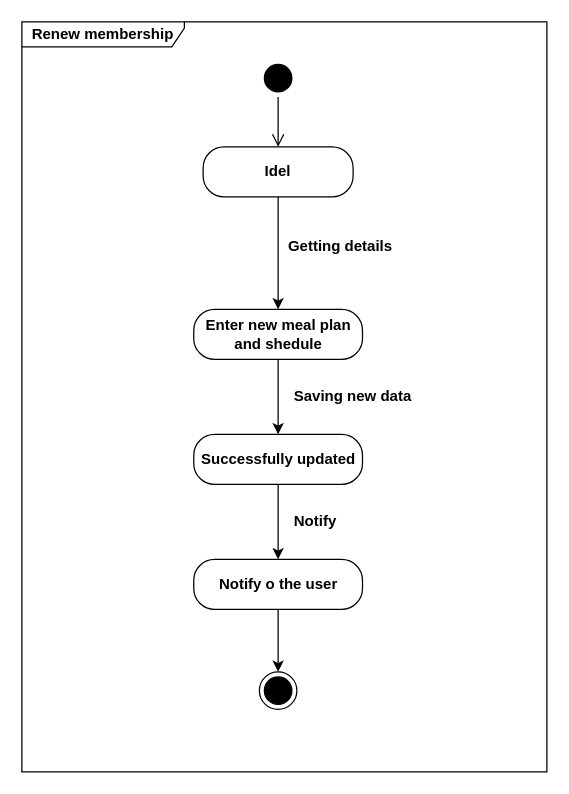
Earlier version of the draw.io diagram page "Update meal plan and schedule" (11 of 11) of Diagram/State Diagrams.drawio (AmilaDissanayake/Group_CS21). Source tidied: cells renumbered, new cells numbered last; positions are measured from the earlier drawing's top-left corner, leaving out a move shared by most shapes. Both pictures are drawn from the tidied source at 125%, with x=0, y=0 at pixel (21, 21).
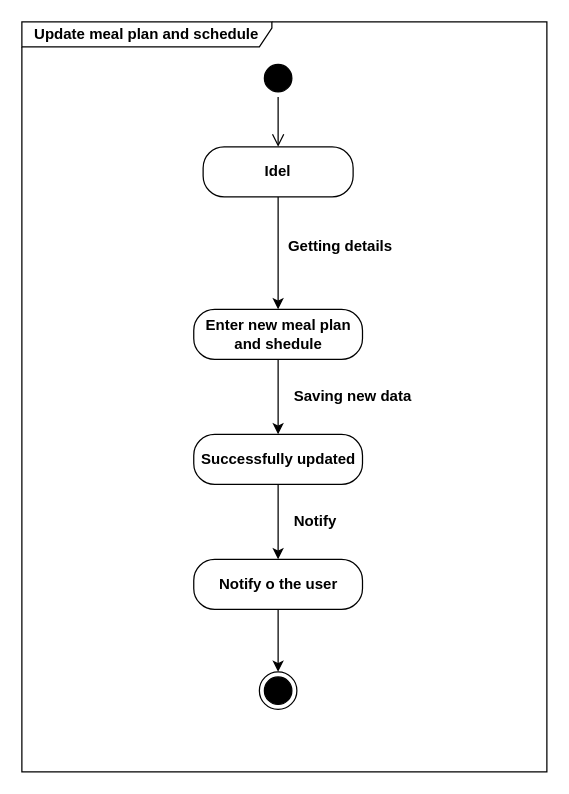
The same page after the edit.

Change to the diagram source:
```diff
@@
 <mxGraphModel>
   <root>
     <mxCell id="0" />
     <mxCell id="1" parent="0" />
-    <mxCell id="2" value="&lt;b&gt;Renew membership&lt;/b&gt;" style="shape=umlFrame;whiteSpace=wrap;html=1;width=130;height=20;" parent="1" vertex="1">
+    <mxCell id="2" value="&lt;b&gt;Update meal plan and schedule&lt;/b&gt;" style="shape=umlFrame;whiteSpace=wrap;html=1;width=200;height=20;" parent="1" vertex="1">
       <mxGeometry width="420" height="600" as="geometry" />
     </mxCell>
     <mxCell id="3" style="ellipse;html=1;shape=startState;fillColor=#000000;" parent="1" vertex="1">
       <mxGeometry x="190" y="30" width="30" height="30" as="geometry" />
     </mxCell>
     <mxCell id="4" style="edgeStyle=orthogonalEdgeStyle;html=1;verticalAlign=bottom;endArrow=open;endSize=8;entryX=0.5;entryY=0;entryDx=0;entryDy=0;" parent="1" edge="1" source="3" target="6">
       <mxGeometry relative="1" as="geometry" />
     </mxCell>
     <mxCell id="5" style="ellipse;html=1;shape=endState;fillColor=#000000;" parent="1" vertex="1">
       <mxGeometry x="190" y="520" width="30" height="30" as="geometry" />
     </mxCell>
     <mxCell id="6" value="&lt;b&gt;Idel&lt;/b&gt;" style="rounded=1;whiteSpace=wrap;html=1;strokeColor=#000000;arcSize=42;" parent="1" vertex="1">
       <mxGeometry x="145" y="100" width="120" height="40" as="geometry" />
     </mxCell>
     <mxCell id="7" style="endArrow=classic;html=1;strokeColor=#000000;exitX=0.5;exitY=1;exitDx=0;exitDy=0;entryX=0.5;entryY=0;entryDx=0;entryDy=0;" parent="1" edge="1" source="6" target="9">
       <mxGeometry relative="1" as="geometry" />
     </mxCell>
     <mxCell id="8" style="edgeStyle=orthogonalEdgeStyle;rounded=0;jettySize=auto;html=1;exitX=0.5;exitY=1;exitDx=0;exitDy=0;entryX=0.5;entryY=0;entryDx=0;entryDy=0;" parent="1" edge="1" source="9">
       <mxGeometry relative="1" as="geometry">
         <mxPoint x="205" y="330" as="targetPoint" />
       </mxGeometry>
     </mxCell>
     <mxCell id="9" value="&lt;b&gt;Enter new meal plan and shedule&lt;/b&gt;" style="rounded=1;whiteSpace=wrap;html=1;strokeColor=#000000;arcSize=42;" parent="1" vertex="1">
       <mxGeometry x="137.5" y="230" width="135" height="40" as="geometry" />
     </mxCell>
     <mxCell id="10" value="&lt;b&gt;Getting details&lt;/b&gt;" style="text;html=1;strokeColor=none;fillColor=none;align=center;verticalAlign=middle;whiteSpace=wrap;rounded=0;" parent="1" vertex="1">
       <mxGeometry x="190" y="170" width="130" height="20" as="geometry" />
     </mxCell>
     <mxCell id="11" value="&lt;b&gt;Successfully updated&lt;/b&gt;" style="rounded=1;whiteSpace=wrap;html=1;strokeColor=#000000;arcSize=42;" parent="1" vertex="1">
       <mxGeometry x="137.5" y="330" width="135" height="40" as="geometry" />
     </mxCell>
     <mxCell id="12" value="&lt;b&gt;Notify o the user&lt;/b&gt;" style="rounded=1;whiteSpace=wrap;html=1;strokeColor=#000000;arcSize=42;" parent="1" vertex="1">
       <mxGeometry x="137.5" y="430" width="135" height="40" as="geometry" />
     </mxCell>
     <mxCell id="13" style="endArrow=classic;html=1;exitX=0.5;exitY=1;exitDx=0;exitDy=0;entryX=0.5;entryY=0;entryDx=0;entryDy=0;" parent="1" edge="1" source="11" target="12">
       <mxGeometry relative="1" as="geometry" />
     </mxCell>
     <mxCell id="14" style="endArrow=classic;html=1;exitX=0.5;exitY=1;exitDx=0;exitDy=0;entryX=0.5;entryY=0;entryDx=0;entryDy=0;" parent="1" edge="1" source="12" target="5">
       <mxGeometry relative="1" as="geometry" />
     </mxCell>
     <mxCell id="15" value="&lt;b&gt;Saving new data&lt;/b&gt;" style="text;html=1;strokeColor=none;fillColor=none;align=center;verticalAlign=middle;whiteSpace=wrap;rounded=0;" parent="1" vertex="1">
       <mxGeometry x="200" y="290" width="130" height="20" as="geometry" />
     </mxCell>
     <mxCell id="16" value="&lt;b&gt;Notify&lt;/b&gt;" style="text;html=1;strokeColor=none;fillColor=none;align=center;verticalAlign=middle;whiteSpace=wrap;rounded=0;" parent="1" vertex="1">
       <mxGeometry x="170" y="390" width="130" height="20" as="geometry" />
     </mxCell>
   </root>
 </mxGraphModel>
```
